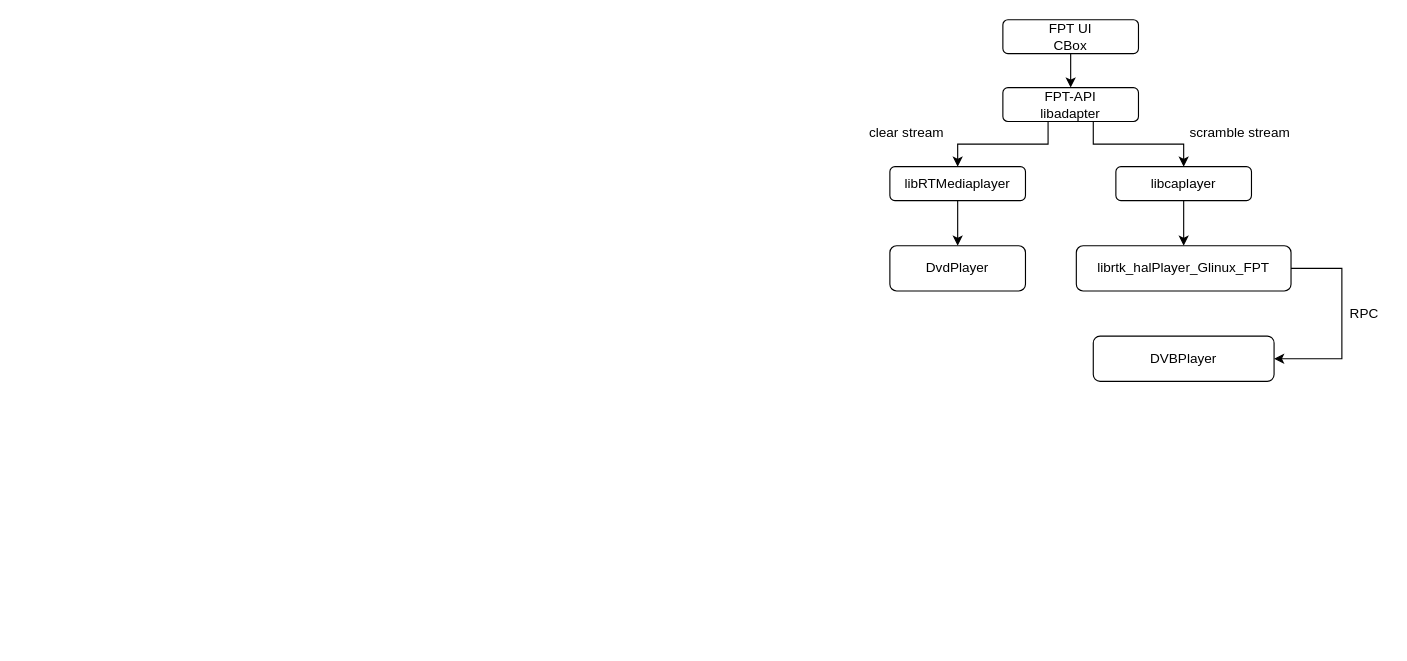
This is player_arch.drawio from qmlsxxxx/draw.io, a draw.io file, before an edit. Source tidied: cells renumbered, new cells numbered last; positions are measured from the earlier drawing's top-left corner, leaving out a move shared by most shapes. Both pictures are drawn from the tidied source at 113%, with x=0, y=0 at pixel (855, 19).
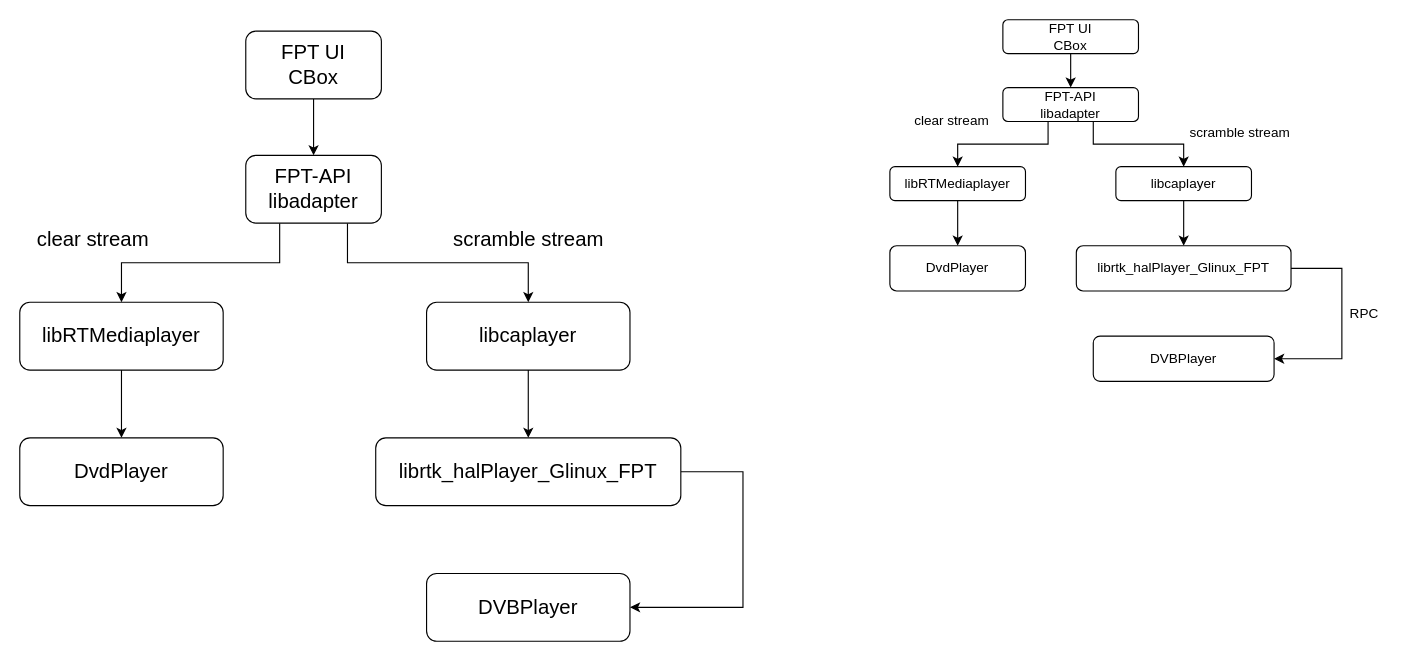
The same diagram, later.

What changed in the source:
```diff
@@
     <mxCell id="16" value="clear stream" style="text;html=1;strokeColor=none;fillColor=none;align=center;verticalAlign=middle;whiteSpace=wrap;rounded=0;" parent="1" vertex="1">
-      <mxGeometry y="90" width="90" height="20" as="geometry" />
+      <mxGeometry x="40" y="80" width="90" height="20" as="geometry" />
     </mxCell>
@@
+    <mxCell id="18" style="edgeStyle=orthogonalEdgeStyle;rounded=0;jettySize=auto;html=1;entryX=0.5;entryY=0;entryDx=0;entryDy=0;fontSize=18;" parent="1" edge="1" source="19" target="22">
+      <mxGeometry relative="1" as="geometry" />
+    </mxCell>
+    <mxCell id="19" value="FPT UI&lt;br style=&quot;font-size: 18px;&quot;&gt;CBox" style="rounded=1;whiteSpace=wrap;html=1;fontSize=18;" parent="1" vertex="1">
+      <mxGeometry x="-540" y="10" width="120" height="60" as="geometry" />
+    </mxCell>
+    <mxCell id="20" style="edgeStyle=orthogonalEdgeStyle;rounded=0;jettySize=auto;html=1;exitX=0.25;exitY=1;exitDx=0;exitDy=0;fontSize=18;" parent="1" edge="1" source="22" target="24">
+      <mxGeometry relative="1" as="geometry" />
+    </mxCell>
+    <mxCell id="21" style="edgeStyle=orthogonalEdgeStyle;rounded=0;jettySize=auto;html=1;exitX=0.75;exitY=1;exitDx=0;exitDy=0;fontSize=18;" parent="1" edge="1" source="22" target="26">
+      <mxGeometry relative="1" as="geometry" />
+    </mxCell>
+    <mxCell id="22" value="FPT-API&lt;br style=&quot;font-size: 18px;&quot;&gt;libadapter" style="rounded=1;whiteSpace=wrap;html=1;fontSize=18;" parent="1" vertex="1">
+      <mxGeometry x="-540" y="120" width="120" height="60" as="geometry" />
+    </mxCell>
+    <mxCell id="23" style="edgeStyle=orthogonalEdgeStyle;rounded=0;jettySize=auto;html=1;entryX=0.5;entryY=0;entryDx=0;entryDy=0;fontSize=18;" parent="1" edge="1" source="24" target="29">
+      <mxGeometry relative="1" as="geometry" />
+    </mxCell>
+    <mxCell id="24" value="libRTMediaplayer" style="rounded=1;whiteSpace=wrap;html=1;fontSize=18;" parent="1" vertex="1">
+      <mxGeometry x="-740" y="250" width="180" height="60" as="geometry" />
+    </mxCell>
+    <mxCell id="25" style="edgeStyle=orthogonalEdgeStyle;rounded=0;jettySize=auto;html=1;entryX=0.5;entryY=0;entryDx=0;entryDy=0;fontSize=18;" parent="1" edge="1" source="26" target="28">
+      <mxGeometry relative="1" as="geometry" />
+    </mxCell>
+    <mxCell id="26" value="libcaplayer" style="rounded=1;whiteSpace=wrap;html=1;fontSize=18;" parent="1" vertex="1">
+      <mxGeometry x="-380" y="250" width="180" height="60" as="geometry" />
+    </mxCell>
+    <mxCell id="27" style="edgeStyle=orthogonalEdgeStyle;rounded=0;jettySize=auto;html=1;entryX=1;entryY=0.5;entryDx=0;entryDy=0;fontSize=18;exitX=1;exitY=0.5;exitDx=0;exitDy=0;" parent="1" edge="1" source="28" target="30">
+      <mxGeometry relative="1" as="geometry">
+        <Array as="points">
+          <mxPoint x="-100" y="400" />
+          <mxPoint x="-100" y="520" />
+        </Array>
+      </mxGeometry>
+    </mxCell>
+    <mxCell id="28" value="librtk_halPlayer_Glinux_FPT" style="rounded=1;whiteSpace=wrap;html=1;fontSize=18;" parent="1" vertex="1">
+      <mxGeometry x="-425" y="370" width="270" height="60" as="geometry" />
+    </mxCell>
+    <mxCell id="29" value="DvdPlayer" style="rounded=1;whiteSpace=wrap;html=1;fontSize=18;" parent="1" vertex="1">
+      <mxGeometry x="-740" y="370" width="180" height="60" as="geometry" />
+    </mxCell>
+    <mxCell id="30" value="DVBPlayer" style="rounded=1;whiteSpace=wrap;html=1;fontSize=18;" parent="1" vertex="1">
+      <mxGeometry x="-380" y="490" width="180" height="60" as="geometry" />
+    </mxCell>
+    <mxCell id="31" value="clear stream" style="text;html=1;strokeColor=none;fillColor=none;align=center;verticalAlign=middle;whiteSpace=wrap;rounded=0;fontSize=18;" parent="1" vertex="1">
+      <mxGeometry x="-740" y="180" width="130" height="30" as="geometry" />
+    </mxCell>
+    <mxCell id="32" value="scramble stream" style="text;html=1;strokeColor=none;fillColor=none;align=center;verticalAlign=middle;whiteSpace=wrap;rounded=0;fontSize=18;" parent="1" vertex="1">
+      <mxGeometry x="-362.5" y="180" width="145" height="30" as="geometry" />
+    </mxCell>
```
